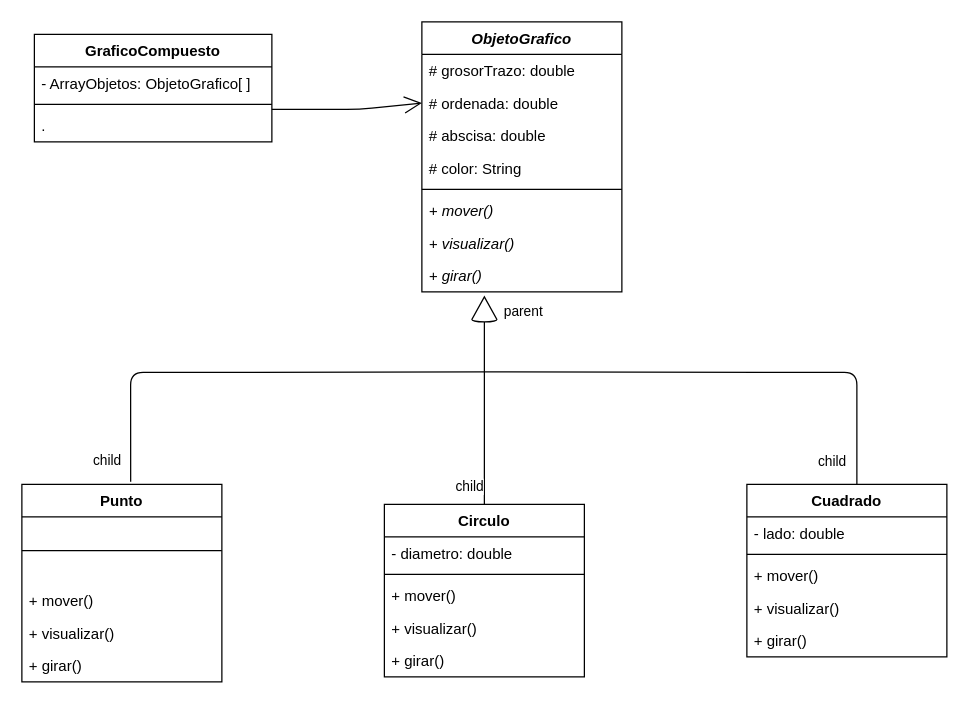
This is uml/ObjetoGrafico.drawio from javierpb275/lenguaje-marcas, a draw.io file, before an edit. Source tidied: cells renumbered, new cells numbered last; positions are measured from the earlier drawing's top-left corner, leaving out a move shared by most shapes. Both pictures are drawn from the tidied source at 125%, with x=0, y=0 at pixel (21, 21).
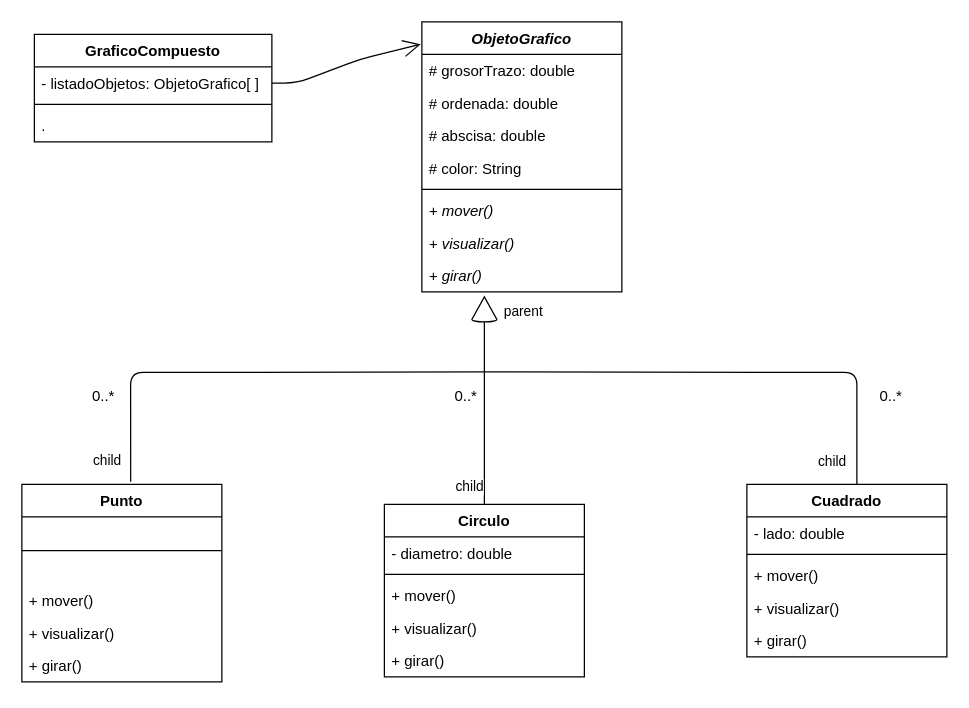
Above is the later version.

Unchanged cells that the change refers to:
```xml
<mxCell id="2" value="ObjetoGrafico" style="swimlane;fontStyle=3;align=center;verticalAlign=top;horizontal=1;startSize=26;" parent="1" vertex="1">
  <mxGeometry x="320" width="160" height="216" as="geometry" />
</mxCell>
<mxCell id="4" value="# ordenada: double" style="text;strokeColor=none;fillColor=none;align=left;verticalAlign=top;spacingLeft=4;spacingRight=4;overflow=hidden;points=[[0,0.5],[1,0.5]];portConstraint=eastwest;" parent="2" vertex="1">
  <mxGeometry y="52" width="160" height="26" as="geometry" />
</mxCell>
<mxCell id="36" value="GraficoCompuesto" style="swimlane;fontStyle=1;align=center;verticalAlign=top;horizontal=1;startSize=26;" parent="1" vertex="1">
  <mxGeometry x="10" y="10" width="190" height="86" as="geometry" />
</mxCell>
```

Diff of the diagram source:
```diff
@@
-    <mxCell id="37" value="- ArrayObjetos: ObjetoGrafico[ ]" style="text;strokeColor=none;fillColor=none;align=left;verticalAlign=top;spacingLeft=4;spacingRight=4;overflow=hidden;points=[[0,0.5],[1,0.5]];portConstraint=eastwest;" parent="36" vertex="1">
+    <mxCell id="37" value="- listadoObjetos: ObjetoGrafico[ ]" style="text;strokeColor=none;fillColor=none;align=left;verticalAlign=top;spacingLeft=4;spacingRight=4;overflow=hidden;points=[[0,0.5],[1,0.5]];portConstraint=eastwest;" parent="36" vertex="1">
       <mxGeometry y="26" width="190" height="26" as="geometry" />
     </mxCell>
@@
-    <mxCell id="40" style="endArrow=open;endFill=1;endSize=12;html=1;entryX=0;entryY=0.5;entryDx=0;entryDy=0;" parent="1" edge="1" target="4">
+    <mxCell id="40" style="endArrow=open;endFill=1;endSize=12;html=1;entryX=-0.006;entryY=0.083;entryDx=0;entryDy=0;fillColor=none;exitX=1;exitY=0.5;exitDx=0;exitDy=0;entryPerimeter=0;" parent="1" edge="1" source="37" target="2">
       <mxGeometry relative="1" as="geometry">
-        <mxPoint x="200" y="70" as="sourcePoint" />
         <Array as="points">
-          <mxPoint x="270" y="70" />
+          <mxPoint x="220" y="49" />
+          <mxPoint x="270" y="30" />
         </Array>
       </mxGeometry>
     </mxCell>
+    <mxCell id="41" value="0..*" style="text;html=1;align=center;verticalAlign=middle;" parent="1" vertex="1">
+      <mxGeometry x="50" y="290" width="30" height="20" as="geometry" />
+    </mxCell>
+    <mxCell id="42" value="0..*" style="text;html=1;align=center;verticalAlign=middle;" parent="1" vertex="1">
+      <mxGeometry x="340" y="290" width="30" height="20" as="geometry" />
+    </mxCell>
+    <mxCell id="43" value="0..*" style="text;html=1;align=center;verticalAlign=middle;" parent="1" vertex="1">
+      <mxGeometry x="680" y="290" width="30" height="20" as="geometry" />
+    </mxCell>
```
